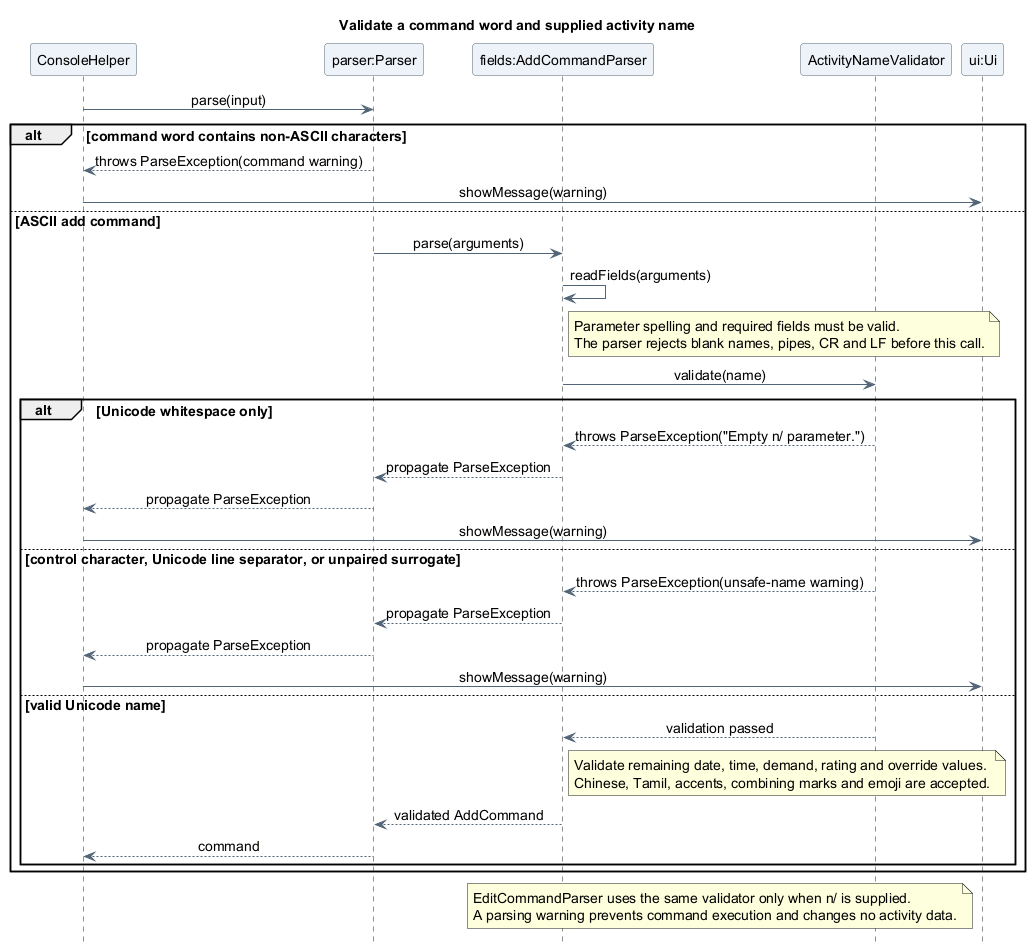
Earlier version of the PlantUML export docs/images/atharva/sequence/ActivityNameValidationSequence.png (AY2627S1-CS2113-T10-4/tp).
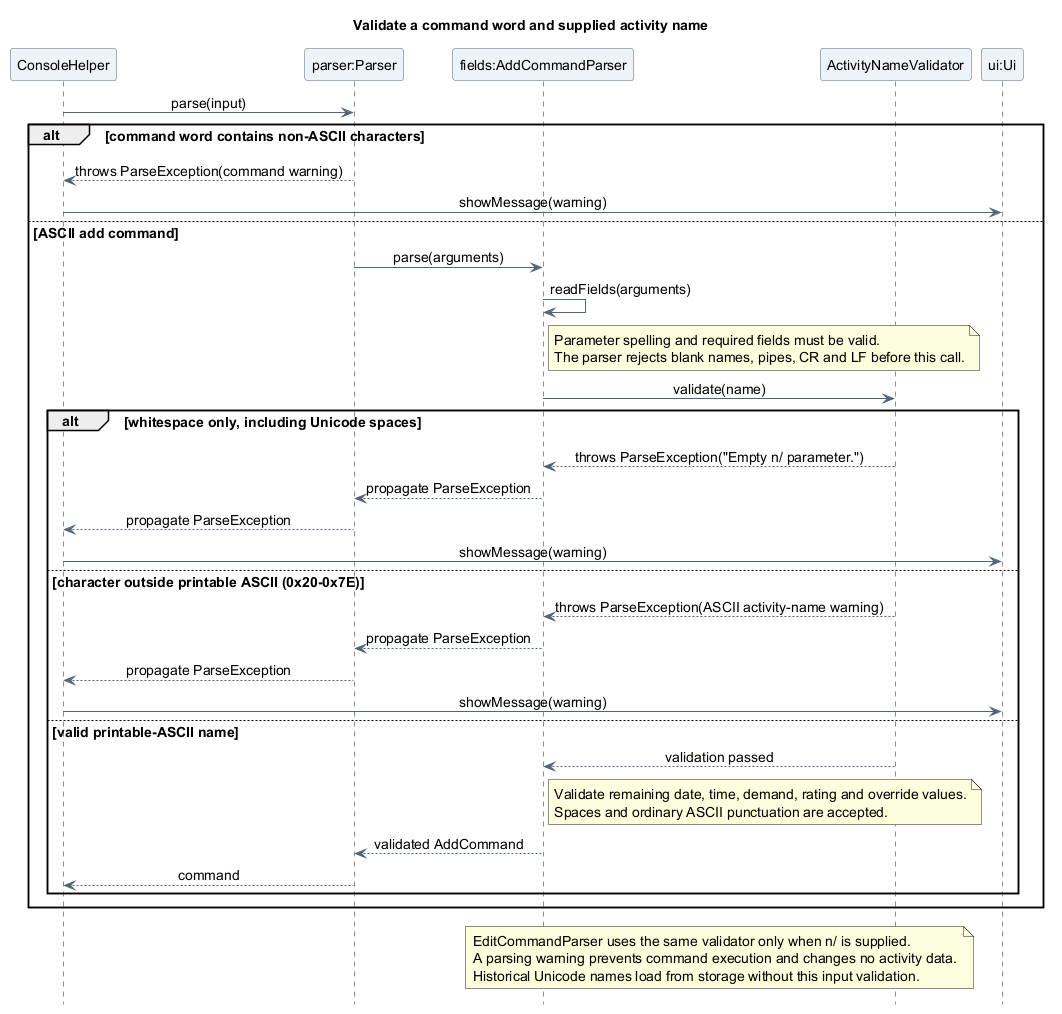
Above is the later version.

Change to the diagram source:
```diff
@@ -28,21 +28,21 @@
     The parser rejects blank names, pipes, CR and LF before this call.
   end note
   Fields -> Validator : validate(name)
-  alt Unicode whitespace only
+  alt whitespace only, including Unicode spaces
     Validator --> Fields : throws ParseException("Empty n/ parameter.")
     Fields --> Parser : propagate ParseException
     Parser --> Console : propagate ParseException
     Console -> UI : showMessage(warning)
-  else control character, Unicode line separator, or unpaired surrogate
-    Validator --> Fields : throws ParseException(unsafe-name warning)
+  else character outside printable ASCII (0x20-0x7E)
+    Validator --> Fields : throws ParseException(ASCII activity-name warning)
     Fields --> Parser : propagate ParseException
     Parser --> Console : propagate ParseException
     Console -> UI : showMessage(warning)
-  else valid Unicode name
+  else valid printable-ASCII name
     Validator --> Fields : validation passed
     note right of Fields
       Validate remaining date, time, demand, rating and override values.
-      Chinese, Tamil, accents, combining marks and emoji are accepted.
+      Spaces and ordinary ASCII punctuation are accepted.
     end note
     Fields --> Parser : validated AddCommand
     Parser --> Console : command
@@ -52,5 +52,6 @@
 note over Fields, Validator
   EditCommandParser uses the same validator only when n/ is supplied.
   A parsing warning prevents command execution and changes no activity data.
+  Historical Unicode names load from storage without this input validation.
 end note
 @enduml
```
